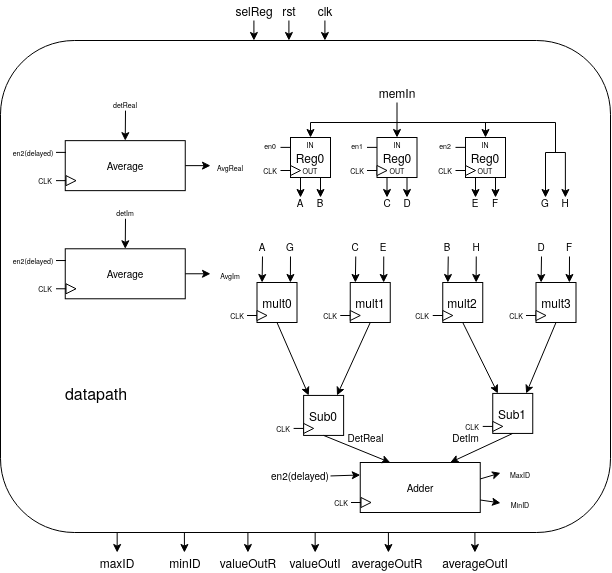
Before: Diagramas/DatapathLab3.png, a diagram exported from draw.io (MiguelAReis/PSD_LAB3). Source tidied: cells renumbered, new cells last; positions are measured from the earlier drawing's top-left corner, leaving out a move shared by most shapes.
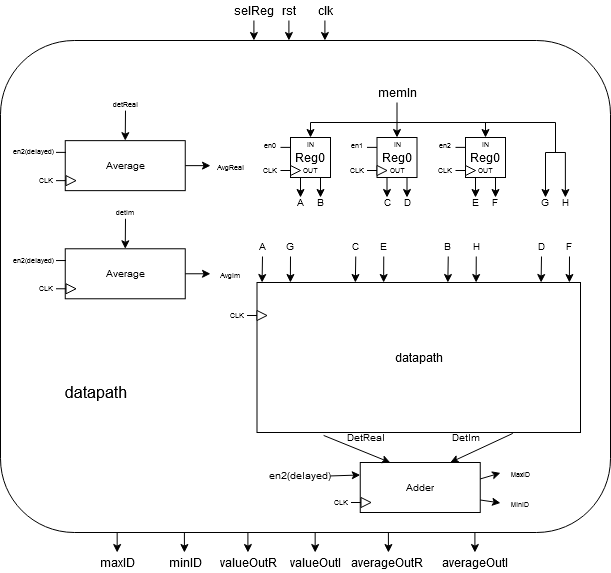
Above is the later version.

What changed in the source:
```diff
@@ -249,8 +249,8 @@
     <mxCell id="62" value="G" style="text;html=1;strokeColor=none;fillColor=none;align=center;verticalAlign=middle;whiteSpace=wrap;rounded=0;fontSize=10;" parent="1" vertex="1">
       <mxGeometry x="280" y="236.1" width="20" height="20" as="geometry" />
     </mxCell>
-    <mxCell id="63" value="mult0" style="rounded=0;whiteSpace=wrap;html=1;" parent="1" vertex="1">
-      <mxGeometry x="256.5" y="282" width="40" height="40" as="geometry" />
+    <mxCell id="63" value="datapath" style="rounded=0;whiteSpace=wrap;html=1;" parent="1" vertex="1">
+      <mxGeometry x="256.5" y="282" width="323.5" height="150" as="geometry" />
     </mxCell>
     <mxCell id="64" style="triangle;whiteSpace=wrap;html=1;" parent="1" vertex="1">
       <mxGeometry x="256.5" y="310" width="10" height="10" as="geometry" />
@@ -281,20 +281,6 @@
     <mxCell id="70" value="E" style="text;html=1;strokeColor=none;fillColor=none;align=center;verticalAlign=middle;whiteSpace=wrap;rounded=0;fontSize=10;" parent="1" vertex="1">
       <mxGeometry x="373.2" y="236.1" width="20" height="20" as="geometry" />
     </mxCell>
-    <mxCell id="71" value="mult1" style="rounded=0;whiteSpace=wrap;html=1;" parent="1" vertex="1">
-      <mxGeometry x="349.8" y="282" width="40" height="40" as="geometry" />
-    </mxCell>
-    <mxCell id="72" style="triangle;whiteSpace=wrap;html=1;" parent="1" vertex="1">
-      <mxGeometry x="349.8" y="310" width="10" height="10" as="geometry" />
-    </mxCell>
-    <mxCell id="73" style="endArrow=none;html=1;entryX=0;entryY=0.5;entryDx=0;entryDy=0;" parent="1" edge="1" target="72">
-      <mxGeometry relative="1" as="geometry">
-        <mxPoint x="339.7" y="315" as="sourcePoint" />
-      </mxGeometry>
-    </mxCell>
-    <mxCell id="74" value="&lt;font style=&quot;font-size: 7px&quot;&gt;CLK&lt;/font&gt;" style="text;html=1;strokeColor=none;fillColor=none;align=center;verticalAlign=middle;whiteSpace=wrap;rounded=0;" parent="1" vertex="1">
-      <mxGeometry x="309.8" y="312" width="40" as="geometry" />
-    </mxCell>
     <mxCell id="75" style="endArrow=classic;html=1;fontSize=10;entryX=0;entryY=0;entryDx=0;entryDy=0;" parent="1" edge="1">
       <mxGeometry relative="1" as="geometry">
         <mxPoint x="447.8" y="256" as="sourcePoint" />
@@ -313,20 +299,6 @@
     <mxCell id="78" value="H" style="text;html=1;strokeColor=none;fillColor=none;align=center;verticalAlign=middle;whiteSpace=wrap;rounded=0;fontSize=10;" parent="1" vertex="1">
       <mxGeometry x="465.8" y="236.1" width="20" height="20" as="geometry" />
     </mxCell>
-    <mxCell id="79" value="mult2" style="rounded=0;whiteSpace=wrap;html=1;" parent="1" vertex="1">
-      <mxGeometry x="442.2" y="282" width="40" height="40" as="geometry" />
-    </mxCell>
-    <mxCell id="80" style="triangle;whiteSpace=wrap;html=1;" parent="1" vertex="1">
-      <mxGeometry x="442.2" y="310" width="10" height="10" as="geometry" />
-    </mxCell>
-    <mxCell id="81" style="endArrow=none;html=1;entryX=0;entryY=0.5;entryDx=0;entryDy=0;" parent="1" edge="1" target="80">
-      <mxGeometry relative="1" as="geometry">
-        <mxPoint x="432.2" y="315" as="sourcePoint" />
-      </mxGeometry>
-    </mxCell>
-    <mxCell id="82" value="&lt;font style=&quot;font-size: 7px&quot;&gt;CLK&lt;/font&gt;" style="text;html=1;strokeColor=none;fillColor=none;align=center;verticalAlign=middle;whiteSpace=wrap;rounded=0;" parent="1" vertex="1">
-      <mxGeometry x="402.2" y="312" width="40" as="geometry" />
-    </mxCell>
     <mxCell id="83" style="endArrow=classic;html=1;fontSize=10;entryX=0;entryY=0;entryDx=0;entryDy=0;" parent="1" edge="1">
       <mxGeometry relative="1" as="geometry">
         <mxPoint x="541" y="256" as="sourcePoint" />
@@ -345,68 +317,6 @@
     <mxCell id="86" value="F" style="text;html=1;strokeColor=none;fillColor=none;align=center;verticalAlign=middle;whiteSpace=wrap;rounded=0;fontSize=10;" parent="1" vertex="1">
       <mxGeometry x="559" y="236.1" width="20" height="20" as="geometry" />
     </mxCell>
-    <mxCell id="87" value="mult3" style="rounded=0;whiteSpace=wrap;html=1;" parent="1" vertex="1">
-      <mxGeometry x="535.5" y="282" width="40" height="40" as="geometry" />
-    </mxCell>
-    <mxCell id="88" style="triangle;whiteSpace=wrap;html=1;" parent="1" vertex="1">
-      <mxGeometry x="535.5" y="310" width="10" height="10" as="geometry" />
-    </mxCell>
-    <mxCell id="89" style="endArrow=none;html=1;entryX=0;entryY=0.5;entryDx=0;entryDy=0;" parent="1" edge="1" target="88">
-      <mxGeometry relative="1" as="geometry">
-        <mxPoint x="525.5" y="315" as="sourcePoint" />
-      </mxGeometry>
-    </mxCell>
-    <mxCell id="90" value="&lt;font style=&quot;font-size: 7px&quot;&gt;CLK&lt;/font&gt;" style="text;html=1;strokeColor=none;fillColor=none;align=center;verticalAlign=middle;whiteSpace=wrap;rounded=0;" parent="1" vertex="1">
-      <mxGeometry x="495.5" y="312" width="40" as="geometry" />
-    </mxCell>
-    <mxCell id="91" style="endArrow=classic;html=1;fontSize=10;entryX=0;entryY=0;entryDx=0;entryDy=0;exitX=0.5;exitY=1;exitDx=0;exitDy=0;" parent="1" edge="1" source="63">
-      <mxGeometry relative="1" as="geometry">
-        <mxPoint x="308.2" y="394.9" as="targetPoint" />
-      </mxGeometry>
-    </mxCell>
-    <mxCell id="92" style="endArrow=classic;html=1;fontSize=10;entryX=1;entryY=0;entryDx=0;entryDy=0;exitX=0.5;exitY=1;exitDx=0;exitDy=0;" parent="1" edge="1" source="71">
-      <mxGeometry relative="1" as="geometry">
-        <mxPoint x="336.5" y="394.9" as="targetPoint" />
-      </mxGeometry>
-    </mxCell>
-    <mxCell id="93" value="Sub0" style="rounded=0;whiteSpace=wrap;html=1;" parent="1" vertex="1">
-      <mxGeometry x="303.1" y="394.9" width="40" height="40" as="geometry" />
-    </mxCell>
-    <mxCell id="94" style="triangle;whiteSpace=wrap;html=1;" parent="1" vertex="1">
-      <mxGeometry x="303.1" y="422.9" width="10" height="10" as="geometry" />
-    </mxCell>
-    <mxCell id="95" style="endArrow=none;html=1;entryX=0;entryY=0.5;entryDx=0;entryDy=0;" parent="1" edge="1" target="94">
-      <mxGeometry relative="1" as="geometry">
-        <mxPoint x="293.1" y="427.9" as="sourcePoint" />
-      </mxGeometry>
-    </mxCell>
-    <mxCell id="96" value="&lt;font style=&quot;font-size: 7px&quot;&gt;CLK&lt;/font&gt;" style="text;html=1;strokeColor=none;fillColor=none;align=center;verticalAlign=middle;whiteSpace=wrap;rounded=0;" parent="1" vertex="1">
-      <mxGeometry x="263.1" y="424.9" width="40" as="geometry" />
-    </mxCell>
-    <mxCell id="97" style="endArrow=classic;html=1;fontSize=10;entryX=0;entryY=0;entryDx=0;entryDy=0;exitX=0.5;exitY=1;exitDx=0;exitDy=0;" parent="1" edge="1" source="79">
-      <mxGeometry relative="1" as="geometry">
-        <mxPoint x="497.4" y="392.9" as="targetPoint" />
-      </mxGeometry>
-    </mxCell>
-    <mxCell id="98" style="endArrow=classic;html=1;fontSize=10;entryX=1;entryY=0;entryDx=0;entryDy=0;exitX=0.5;exitY=1;exitDx=0;exitDy=0;" parent="1" edge="1" source="87">
-      <mxGeometry relative="1" as="geometry">
-        <mxPoint x="525.6" y="392.9" as="targetPoint" />
-      </mxGeometry>
-    </mxCell>
-    <mxCell id="99" value="Sub1" style="rounded=0;whiteSpace=wrap;html=1;" parent="1" vertex="1">
-      <mxGeometry x="492.2" y="392.9" width="40" height="40" as="geometry" />
-    </mxCell>
-    <mxCell id="100" style="triangle;whiteSpace=wrap;html=1;" parent="1" vertex="1">
-      <mxGeometry x="492.2" y="420.9" width="10" height="10" as="geometry" />
-    </mxCell>
-    <mxCell id="101" style="endArrow=none;html=1;entryX=0;entryY=0.5;entryDx=0;entryDy=0;" parent="1" edge="1" target="100">
-      <mxGeometry relative="1" as="geometry">
-        <mxPoint x="482.2" y="425.9" as="sourcePoint" />
-      </mxGeometry>
-    </mxCell>
-    <mxCell id="102" value="&lt;font style=&quot;font-size: 7px&quot;&gt;CLK&lt;/font&gt;" style="text;html=1;strokeColor=none;fillColor=none;align=center;verticalAlign=middle;whiteSpace=wrap;rounded=0;" parent="1" vertex="1">
-      <mxGeometry x="452.2" y="422.9" width="40" as="geometry" />
-    </mxCell>
     <mxCell id="103" value="Adder" style="rounded=0;whiteSpace=wrap;html=1;fontSize=10;" parent="1" vertex="1">
       <mxGeometry x="359.8" y="462" width="120" height="50" as="geometry" />
     </mxCell>
@@ -421,11 +331,15 @@
     <mxCell id="106" value="&lt;font style=&quot;font-size: 7px&quot;&gt;CLK&lt;/font&gt;" style="text;html=1;strokeColor=none;fillColor=none;align=center;verticalAlign=middle;whiteSpace=wrap;rounded=0;" parent="1" vertex="1">
       <mxGeometry x="320.5" y="499" width="40" as="geometry" />
     </mxCell>
-    <mxCell id="107" style="endArrow=classic;html=1;fontSize=10;entryX=0.25;entryY=0;entryDx=0;entryDy=0;exitX=0.5;exitY=1;exitDx=0;exitDy=0;" parent="1" edge="1" source="93" target="103">
-      <mxGeometry relative="1" as="geometry" />
+    <mxCell id="107" style="endArrow=classic;html=1;fontSize=10;entryX=0.25;entryY=0;entryDx=0;entryDy=0;exitX=0.5;exitY=1;exitDx=0;exitDy=0;" parent="1" edge="1" target="103">
+      <mxGeometry relative="1" as="geometry">
+        <mxPoint x="323.1" y="434.9" as="sourcePoint" />
+      </mxGeometry>
     </mxCell>
-    <mxCell id="108" style="endArrow=classic;html=1;fontSize=10;entryX=0.75;entryY=0;entryDx=0;entryDy=0;exitX=0.5;exitY=1;exitDx=0;exitDy=0;" parent="1" edge="1" source="99" target="103">
-      <mxGeometry relative="1" as="geometry" />
+    <mxCell id="108" style="endArrow=classic;html=1;fontSize=10;entryX=0.75;entryY=0;entryDx=0;entryDy=0;exitX=0.5;exitY=1;exitDx=0;exitDy=0;" parent="1" edge="1" target="103">
+      <mxGeometry relative="1" as="geometry">
+        <mxPoint x="512.2" y="432.9" as="sourcePoint" />
+      </mxGeometry>
     </mxCell>
     <mxCell id="109" value="&lt;div&gt;&lt;font style=&quot;font-size: 7px&quot;&gt;MaxID&lt;/font&gt;&lt;/div&gt;" style="text;html=1;strokeColor=none;fillColor=none;align=center;verticalAlign=middle;whiteSpace=wrap;rounded=0;" parent="1" vertex="1">
       <mxGeometry x="500" y="462.9" width="40" height="19.1" as="geometry" />
```
